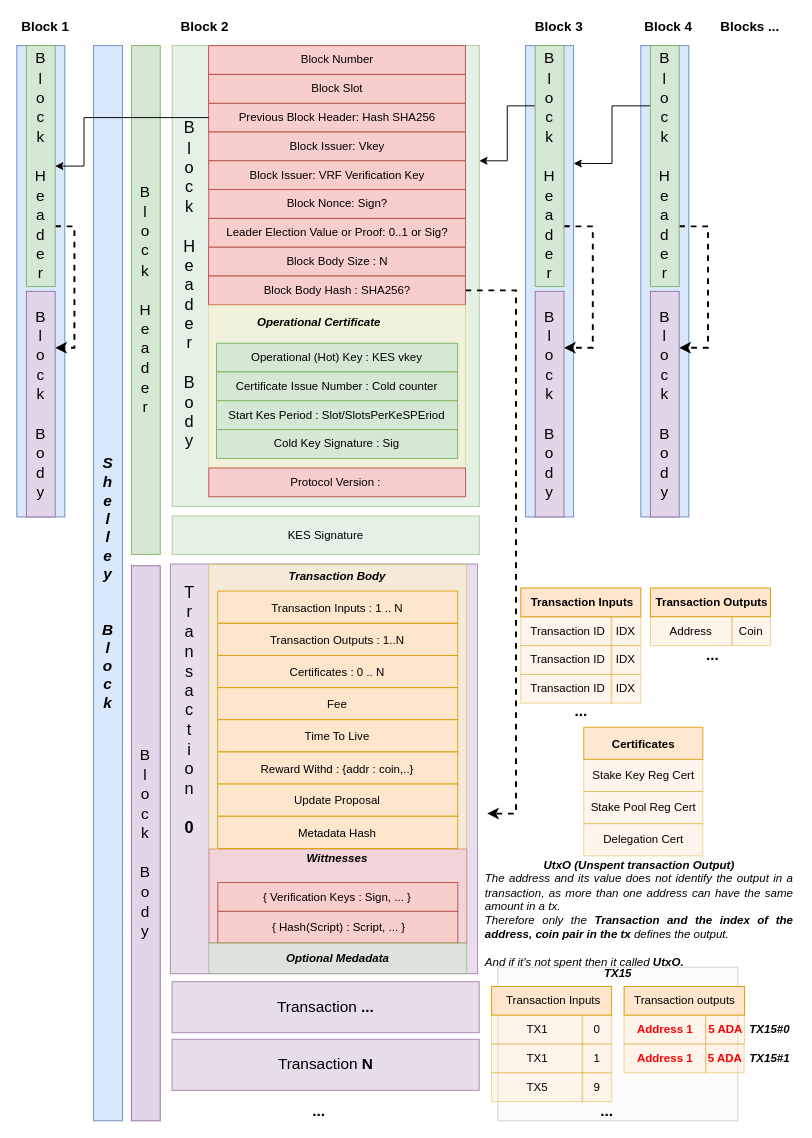
Before: diagrams/ShelleyBlock.drawio in ilap/ShelleyStuffs, a draw.io diagram. Source tidied: cells renumbered, new cells numbered last; positions are measured from the earlier drawing's top-left corner, leaving out a move shared by most shapes. Both pictures are drawn from the tidied source at 96%, with x=0, y=0 at pixel (16, 16).
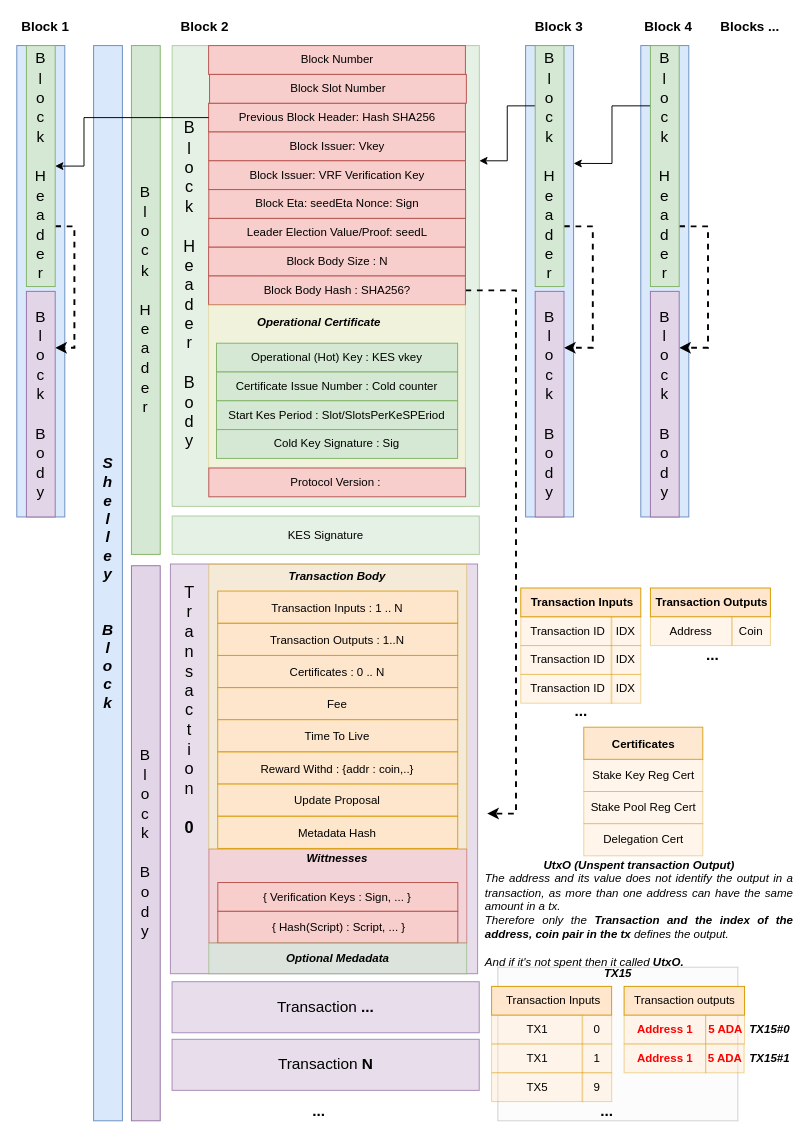
The same page after the edit.

What changed in the source:
```diff
@@
-    <mxCell id="11" value="Block Nonce: Sign?" style="rounded=0;whiteSpace=wrap;html=1;fillColor=#f8cecc;strokeColor=#b85450;align=center;" parent="1" vertex="1">
+    <mxCell id="11" value="Block Eta: seedEta Nonce: Sign" style="rounded=0;whiteSpace=wrap;html=1;fillColor=#f8cecc;strokeColor=#b85450;align=center;" parent="1" vertex="1">
       <mxGeometry x="200" y="180" width="267.5" height="30" as="geometry" />
     </mxCell>
-    <mxCell id="12" value="Leader Election Value or Proof: 0..1 or Sig?" style="rounded=0;whiteSpace=wrap;html=1;fillColor=#f8cecc;strokeColor=#b85450;align=center;" parent="1" vertex="1">
+    <mxCell id="12" value="Leader Election Value/Proof: seedL" style="rounded=0;whiteSpace=wrap;html=1;fillColor=#f8cecc;strokeColor=#b85450;align=center;" parent="1" vertex="1">
       <mxGeometry x="199.9" y="210" width="267.5" height="30" as="geometry" />
     </mxCell>
@@
-    <mxCell id="97" value="Block Slot" style="rounded=0;whiteSpace=wrap;html=1;fillColor=#f8cecc;strokeColor=#b85450;align=center;" parent="1" vertex="1">
-      <mxGeometry x="199.8" y="60" width="267.5" height="30" as="geometry" />
+    <mxCell id="97" value="Block Slot Number" style="rounded=0;whiteSpace=wrap;html=1;fillColor=#f8cecc;strokeColor=#b85450;align=center;" parent="1" vertex="1">
+      <mxGeometry x="200.8" y="60" width="267.5" height="30" as="geometry" />
     </mxCell>
```
